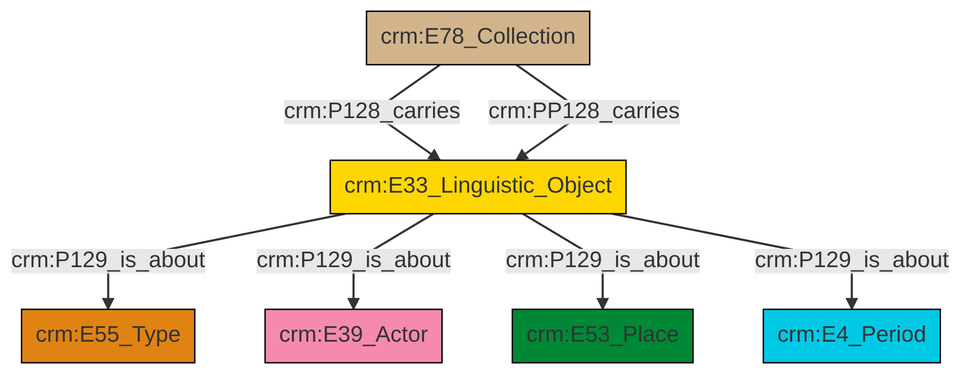
swiss-art-research-net/docs.swissartresearch keeps this Mermaid diagram as et/archivalCSV/ttl/mmd/png/archival_aboutness.png. Above is the earlier version. Its source is kept beside it as et/archivalCSV/ttl/mmd/archival_aboutness.ttl.mmd.
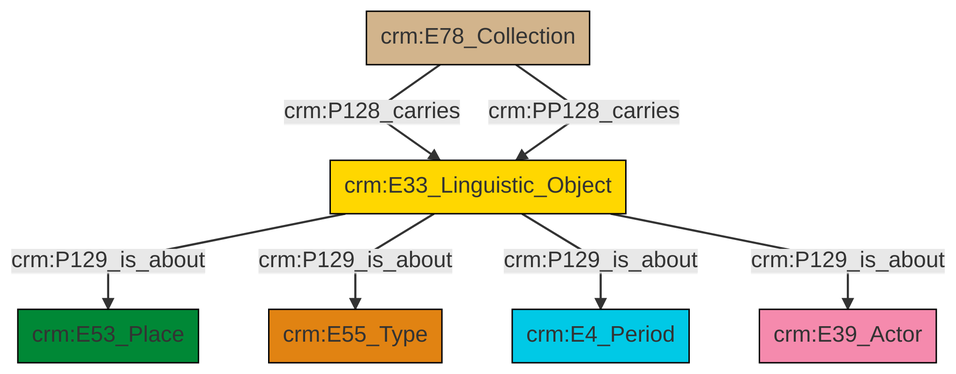
Later version of the same file.

Diff of the diagram source:
```diff
@@ -13,9 +13,9 @@
 classDef PC_Classes fill:#4ce600, stroke:#000000;
 classDef Multi fill:#cccccc,stroke:#000000;
 
-2["crm:E33_Linguistic_Object"]:::Conceptual_Object -->|crm:P129_is_about| 3["crm:E55_Type"]:::Type
-2["crm:E33_Linguistic_Object"]:::Conceptual_Object -->|crm:P129_is_about| 0["crm:E39_Actor"]:::Actor
-2["crm:E33_Linguistic_Object"]:::Conceptual_Object -->|crm:P129_is_about| 8["crm:E53_Place"]:::Place
-10["crm:E78_Collection"]:::Physical_Thing -->|crm:P128_carries| 2["crm:E33_Linguistic_Object"]:::Conceptual_Object
-10["crm:E78_Collection"]:::Physical_Thing -->|crm:PP128_carries| 2["crm:E33_Linguistic_Object"]:::Conceptual_Object
-2["crm:E33_Linguistic_Object"]:::Conceptual_Object -->|crm:P129_is_about| 4["crm:E4_Period"]:::Temporal_Entity
+0["crm:E78_Collection"]:::Physical_Thing -->|crm:P128_carries| 1["crm:E33_Linguistic_Object"]:::Conceptual_Object
+1["crm:E33_Linguistic_Object"]:::Conceptual_Object -->|crm:P129_is_about| 8["crm:E53_Place"]:::Place
+1["crm:E33_Linguistic_Object"]:::Conceptual_Object -->|crm:P129_is_about| 10["crm:E55_Type"]:::Type
+1["crm:E33_Linguistic_Object"]:::Conceptual_Object -->|crm:P129_is_about| 2["crm:E4_Period"]:::Temporal_Entity
+1["crm:E33_Linguistic_Object"]:::Conceptual_Object -->|crm:P129_is_about| 4["crm:E39_Actor"]:::Actor
+0["crm:E78_Collection"]:::Physical_Thing -->|crm:PP128_carries| 1["crm:E33_Linguistic_Object"]:::Conceptual_Object
```
